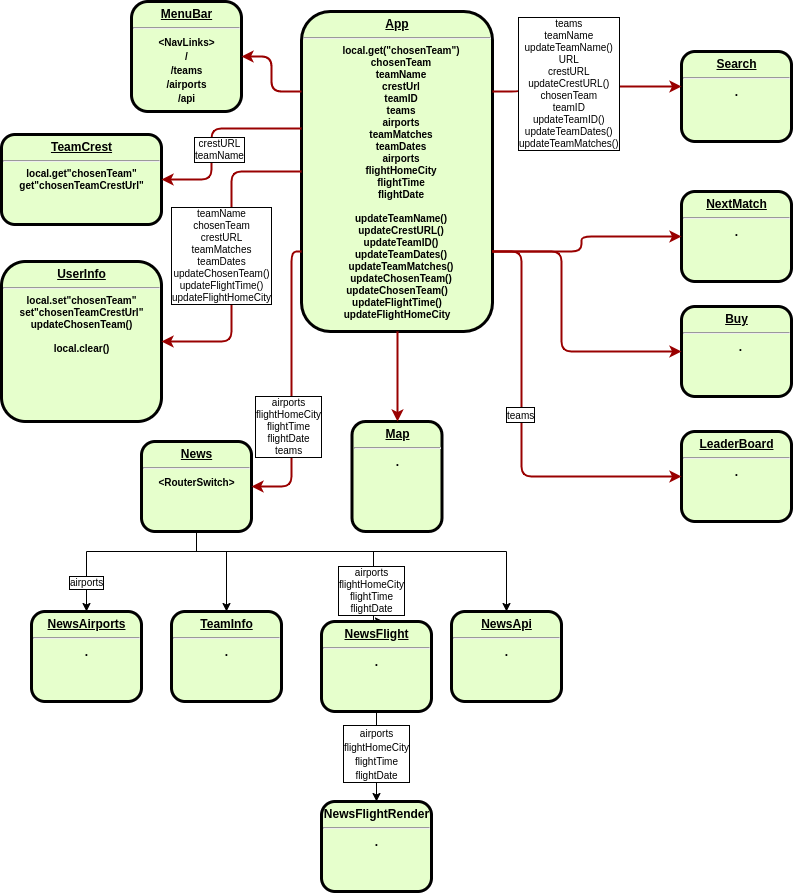
Before: sem3Front/src/images/ReactNodes.png, a diagram exported from draw.io (cph-ms782/SemesterProjekt_Frontend). Source tidied: cells renumbered, new cells last; positions are measured from the earlier drawing's top-left corner, leaving out a move shared by most shapes.
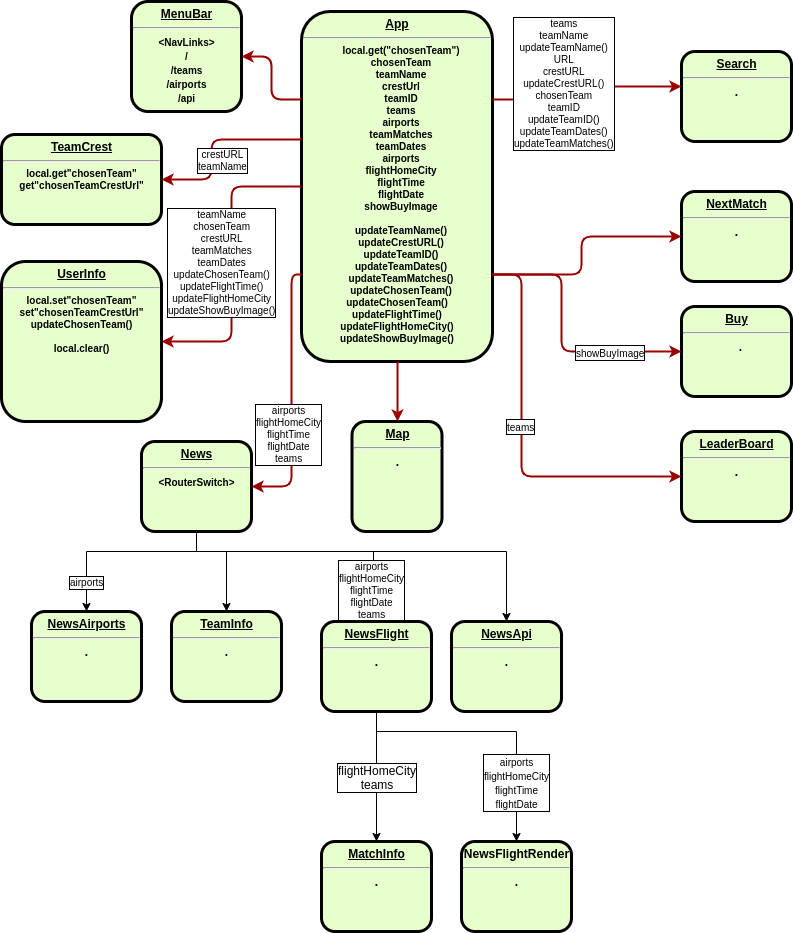
Later version of the same file.

Commit message:
showBuyImage init

The edit, as a diff of the source:
```diff
@@ -5,8 +5,8 @@
     <mxCell id="2" value="&lt;p style=&quot;margin: 0px ; margin-top: 4px ; text-align: center ; text-decoration: underline&quot;&gt;&lt;strong&gt;Search&lt;br&gt;&lt;/strong&gt;&lt;/p&gt;&lt;hr&gt;." style="verticalAlign=middle;align=center;overflow=fill;fontSize=12;fontFamily=Helvetica;html=1;rounded=1;fontStyle=1;strokeWidth=3;fillColor=#E6FFCC;" parent="1" vertex="1">
       <mxGeometry x="680" y="50" width="110" height="90" as="geometry" />
     </mxCell>
-    <mxCell id="3" value="&lt;p style=&quot;margin: 4px 0px 0px ; text-decoration: underline&quot; align=&quot;center&quot;&gt;&lt;strong&gt;App&lt;br&gt;&lt;/strong&gt;&lt;/p&gt;&lt;hr align=&quot;center&quot;&gt;&lt;p style=&quot;margin: 0px 0px 0px 8px ; font-size: 10px&quot; align=&quot;center&quot;&gt;&lt;font style=&quot;font-size: 10px&quot;&gt;local.get(&quot;chosenTeam&quot;)&lt;br&gt;&lt;/font&gt;&lt;/p&gt;&lt;p style=&quot;margin: 0px 0px 0px 8px ; font-size: 10px&quot; align=&quot;center&quot;&gt;&lt;font style=&quot;font-size: 10px&quot;&gt;chosenTeam&lt;/font&gt;&lt;/p&gt;&lt;p style=&quot;margin: 0px 0px 0px 8px ; font-size: 10px&quot; align=&quot;center&quot;&gt;&lt;font style=&quot;font-size: 10px&quot;&gt;teamName&lt;/font&gt;&lt;/p&gt;&lt;p style=&quot;margin: 0px 0px 0px 8px ; font-size: 10px&quot; align=&quot;center&quot;&gt;&lt;font style=&quot;font-size: 10px&quot;&gt;crestUrl&lt;/font&gt;&lt;/p&gt;&lt;p style=&quot;margin: 0px 0px 0px 8px ; font-size: 10px&quot; align=&quot;center&quot;&gt;&lt;font style=&quot;font-size: 10px&quot;&gt;teamID&lt;/font&gt;&lt;/p&gt;&lt;p style=&quot;margin: 0px 0px 0px 8px ; font-size: 10px&quot; align=&quot;center&quot;&gt;&lt;font style=&quot;font-size: 10px&quot;&gt;teams&lt;/font&gt;&lt;/p&gt;&lt;p style=&quot;margin: 0px 0px 0px 8px ; font-size: 10px&quot; align=&quot;center&quot;&gt;&lt;font style=&quot;font-size: 10px&quot;&gt;airports&lt;/font&gt;&lt;/p&gt;&lt;p style=&quot;margin: 0px 0px 0px 8px ; font-size: 10px&quot; align=&quot;center&quot;&gt;&lt;font style=&quot;font-size: 10px&quot;&gt;teamMatches&lt;/font&gt;&lt;/p&gt;&lt;p style=&quot;margin: 0px 0px 0px 8px ; font-size: 10px&quot; align=&quot;center&quot;&gt;&lt;font style=&quot;font-size: 10px&quot;&gt;teamDates&lt;/font&gt;&lt;/p&gt;&lt;p style=&quot;margin: 0px 0px 0px 8px ; font-size: 10px&quot; align=&quot;center&quot;&gt;&lt;font style=&quot;font-size: 10px&quot;&gt;airports&lt;/font&gt;&lt;/p&gt;&lt;p style=&quot;margin: 0px 0px 0px 8px ; font-size: 10px&quot; align=&quot;center&quot;&gt;&lt;font style=&quot;font-size: 10px&quot;&gt;flightHomeCity&lt;/font&gt;&lt;/p&gt;&lt;p style=&quot;margin: 0px 0px 0px 8px ; font-size: 10px&quot; align=&quot;center&quot;&gt;flightTime&lt;/p&gt;&lt;p style=&quot;margin: 0px 0px 0px 8px ; font-size: 10px&quot; align=&quot;center&quot;&gt;flightDate&lt;/p&gt;&lt;p style=&quot;margin: 0px 0px 0px 8px ; font-size: 10px&quot; align=&quot;center&quot;&gt;&lt;font style=&quot;font-size: 10px&quot;&gt;&lt;br&gt;&lt;/font&gt;&lt;/p&gt;&lt;p style=&quot;margin: 0px 0px 0px 8px ; font-size: 10px&quot; align=&quot;center&quot;&gt;&lt;span&gt;updateTeamName()&lt;/span&gt;&lt;br&gt;&lt;/p&gt;&lt;p style=&quot;margin: 0px 0px 0px 8px ; font-size: 10px&quot; align=&quot;center&quot;&gt;&lt;font style=&quot;font-size: 10px&quot;&gt;updateCrestURL()&lt;/font&gt;&lt;/p&gt;&lt;p style=&quot;margin: 0px 0px 0px 8px ; font-size: 10px&quot; align=&quot;center&quot;&gt;&lt;font style=&quot;font-size: 10px&quot;&gt;updateTeamID()&lt;/font&gt;&lt;/p&gt;&lt;p style=&quot;margin: 0px 0px 0px 8px ; font-size: 10px&quot; align=&quot;center&quot;&gt;&lt;font style=&quot;font-size: 10px&quot;&gt;updateTeamDates()&lt;/font&gt;&lt;/p&gt;&lt;p style=&quot;margin: 0px 0px 0px 8px ; font-size: 10px&quot; align=&quot;center&quot;&gt;&lt;font style=&quot;font-size: 10px&quot;&gt;updateTeamMatches()&lt;/font&gt;&lt;/p&gt;&lt;p style=&quot;margin: 0px 0px 0px 8px ; font-size: 10px&quot; align=&quot;center&quot;&gt;&lt;font style=&quot;font-size: 10px&quot;&gt;updateChosenTeam()&lt;/font&gt;&lt;/p&gt;&lt;div style=&quot;font-size: 10px&quot;&gt;updateChosenTeam()&lt;br&gt;&lt;/div&gt;&lt;div style=&quot;font-size: 10px&quot;&gt;updateFlightTime()&lt;/div&gt;&lt;div style=&quot;font-size: 10px&quot;&gt;updateFlightHomeCity&lt;/div&gt;&lt;p style=&quot;margin: 0px 0px 0px 8px ; font-size: 10px&quot; align=&quot;center&quot;&gt;&lt;font style=&quot;font-size: 10px&quot;&gt;&lt;br&gt;&lt;/font&gt;&lt;/p&gt;" style="verticalAlign=middle;align=center;overflow=fill;fontSize=12;fontFamily=Helvetica;html=1;rounded=1;fontStyle=1;strokeWidth=3;fillColor=#E6FFCC;" parent="1" vertex="1">
-      <mxGeometry x="300" y="10" width="191" height="320" as="geometry" />
+    <mxCell id="3" value="&lt;p style=&quot;margin: 4px 0px 0px ; text-decoration: underline&quot; align=&quot;center&quot;&gt;&lt;strong&gt;App&lt;br&gt;&lt;/strong&gt;&lt;/p&gt;&lt;hr align=&quot;center&quot;&gt;&lt;p style=&quot;margin: 0px 0px 0px 8px ; font-size: 10px&quot; align=&quot;center&quot;&gt;&lt;font style=&quot;font-size: 10px&quot;&gt;local.get(&quot;chosenTeam&quot;)&lt;br&gt;&lt;/font&gt;&lt;/p&gt;&lt;p style=&quot;margin: 0px 0px 0px 8px ; font-size: 10px&quot; align=&quot;center&quot;&gt;&lt;font style=&quot;font-size: 10px&quot;&gt;chosenTeam&lt;/font&gt;&lt;/p&gt;&lt;p style=&quot;margin: 0px 0px 0px 8px ; font-size: 10px&quot; align=&quot;center&quot;&gt;&lt;font style=&quot;font-size: 10px&quot;&gt;teamName&lt;/font&gt;&lt;/p&gt;&lt;p style=&quot;margin: 0px 0px 0px 8px ; font-size: 10px&quot; align=&quot;center&quot;&gt;&lt;font style=&quot;font-size: 10px&quot;&gt;crestUrl&lt;/font&gt;&lt;/p&gt;&lt;p style=&quot;margin: 0px 0px 0px 8px ; font-size: 10px&quot; align=&quot;center&quot;&gt;&lt;font style=&quot;font-size: 10px&quot;&gt;teamID&lt;/font&gt;&lt;/p&gt;&lt;p style=&quot;margin: 0px 0px 0px 8px ; font-size: 10px&quot; align=&quot;center&quot;&gt;&lt;font style=&quot;font-size: 10px&quot;&gt;teams&lt;/font&gt;&lt;/p&gt;&lt;p style=&quot;margin: 0px 0px 0px 8px ; font-size: 10px&quot; align=&quot;center&quot;&gt;&lt;font style=&quot;font-size: 10px&quot;&gt;airports&lt;/font&gt;&lt;/p&gt;&lt;p style=&quot;margin: 0px 0px 0px 8px ; font-size: 10px&quot; align=&quot;center&quot;&gt;&lt;font style=&quot;font-size: 10px&quot;&gt;teamMatches&lt;/font&gt;&lt;/p&gt;&lt;p style=&quot;margin: 0px 0px 0px 8px ; font-size: 10px&quot; align=&quot;center&quot;&gt;&lt;font style=&quot;font-size: 10px&quot;&gt;teamDates&lt;/font&gt;&lt;/p&gt;&lt;p style=&quot;margin: 0px 0px 0px 8px ; font-size: 10px&quot; align=&quot;center&quot;&gt;&lt;font style=&quot;font-size: 10px&quot;&gt;airports&lt;/font&gt;&lt;/p&gt;&lt;p style=&quot;margin: 0px 0px 0px 8px ; font-size: 10px&quot; align=&quot;center&quot;&gt;&lt;font style=&quot;font-size: 10px&quot;&gt;flightHomeCity&lt;/font&gt;&lt;/p&gt;&lt;p style=&quot;margin: 0px 0px 0px 8px ; font-size: 10px&quot; align=&quot;center&quot;&gt;flightTime&lt;/p&gt;&lt;p style=&quot;margin: 0px 0px 0px 8px ; font-size: 10px&quot; align=&quot;center&quot;&gt;flightDate&lt;/p&gt;&lt;p style=&quot;margin: 0px 0px 0px 8px ; font-size: 10px&quot; align=&quot;center&quot;&gt;showBuyImage&lt;/p&gt;&lt;p style=&quot;margin: 0px 0px 0px 8px ; font-size: 10px&quot; align=&quot;center&quot;&gt;&lt;font style=&quot;font-size: 10px&quot;&gt;&lt;br&gt;&lt;/font&gt;&lt;/p&gt;&lt;p style=&quot;margin: 0px 0px 0px 8px ; font-size: 10px&quot; align=&quot;center&quot;&gt;&lt;span&gt;updateTeamName()&lt;/span&gt;&lt;br&gt;&lt;/p&gt;&lt;p style=&quot;margin: 0px 0px 0px 8px ; font-size: 10px&quot; align=&quot;center&quot;&gt;&lt;font style=&quot;font-size: 10px&quot;&gt;updateCrestURL()&lt;/font&gt;&lt;/p&gt;&lt;p style=&quot;margin: 0px 0px 0px 8px ; font-size: 10px&quot; align=&quot;center&quot;&gt;&lt;font style=&quot;font-size: 10px&quot;&gt;updateTeamID()&lt;/font&gt;&lt;/p&gt;&lt;p style=&quot;margin: 0px 0px 0px 8px ; font-size: 10px&quot; align=&quot;center&quot;&gt;&lt;font style=&quot;font-size: 10px&quot;&gt;updateTeamDates()&lt;/font&gt;&lt;/p&gt;&lt;p style=&quot;margin: 0px 0px 0px 8px ; font-size: 10px&quot; align=&quot;center&quot;&gt;&lt;font style=&quot;font-size: 10px&quot;&gt;updateTeamMatches()&lt;/font&gt;&lt;/p&gt;&lt;p style=&quot;margin: 0px 0px 0px 8px ; font-size: 10px&quot; align=&quot;center&quot;&gt;&lt;font style=&quot;font-size: 10px&quot;&gt;updateChosenTeam()&lt;/font&gt;&lt;/p&gt;&lt;div style=&quot;font-size: 10px&quot;&gt;updateChosenTeam()&lt;br&gt;&lt;/div&gt;&lt;div style=&quot;font-size: 10px&quot;&gt;updateFlightTime()&lt;/div&gt;&lt;div style=&quot;font-size: 10px&quot;&gt;updateFlightHomeCity()&lt;/div&gt;&lt;div style=&quot;font-size: 10px&quot;&gt;updateShowBuyImage()&lt;/div&gt;&lt;p style=&quot;margin: 0px 0px 0px 8px ; font-size: 10px&quot; align=&quot;center&quot;&gt;&lt;font style=&quot;font-size: 10px&quot;&gt;&lt;br&gt;&lt;/font&gt;&lt;/p&gt;" style="verticalAlign=middle;align=center;overflow=fill;fontSize=12;fontFamily=Helvetica;html=1;rounded=1;fontStyle=1;strokeWidth=3;fillColor=#E6FFCC;" parent="1" vertex="1">
+      <mxGeometry x="300" y="10" width="191" height="350" as="geometry" />
     </mxCell>
     <mxCell id="4" value="&lt;p style=&quot;margin: 0px ; margin-top: 4px ; text-align: center ; text-decoration: underline&quot;&gt;&lt;strong&gt;MenuBar&lt;/strong&gt;&lt;/p&gt;&lt;hr&gt;&lt;div&gt;&lt;font style=&quot;font-size: 10px&quot;&gt;&amp;lt;NavLinks&amp;gt;&lt;/font&gt;&lt;/div&gt;&lt;div&gt;&lt;font style=&quot;font-size: 10px&quot;&gt;/&lt;/font&gt;&lt;/div&gt;&lt;div&gt;&lt;font style=&quot;font-size: 10px&quot;&gt;/teams&lt;/font&gt;&lt;/div&gt;&lt;div&gt;&lt;font style=&quot;font-size: 10px&quot;&gt;/airports&lt;/font&gt;&lt;/div&gt;&lt;div&gt;&lt;font style=&quot;font-size: 10px&quot;&gt;/api&lt;br&gt;&lt;/font&gt;&lt;/div&gt;" style="verticalAlign=middle;align=center;overflow=fill;fontSize=12;fontFamily=Helvetica;html=1;rounded=1;fontStyle=1;strokeWidth=3;fillColor=#E6FFCC;" parent="1" vertex="1">
       <mxGeometry x="130" width="110" height="110" as="geometry" />
@@ -59,7 +59,7 @@
         </Array>
       </mxGeometry>
     </mxCell>
-    <mxCell id="12" value="&lt;font style=&quot;font-size: 10px&quot;&gt;airports&lt;br&gt;flightHomeCity&lt;br&gt;flightTime&lt;br&gt;flightDate&lt;/font&gt;" style="text;html=1;align=center;verticalAlign=middle;labelBackgroundColor=#FFFFFF;labelBorderColor=#000000;fontSize=10;" parent="11" vertex="1">
+    <mxCell id="12" value="&lt;font style=&quot;font-size: 10px&quot;&gt;airports&lt;br&gt;flightHomeCity&lt;br&gt;flightTime&lt;br&gt;flightDate&lt;br&gt;teams&lt;br&gt;&lt;/font&gt;" style="text;html=1;align=center;verticalAlign=middle;labelBackgroundColor=#FFFFFF;labelBorderColor=#000000;fontSize=10;" parent="11" vertex="1">
       <mxGeometry x="0.71" relative="1" as="geometry">
         <mxPoint x="-2" y="-2" as="offset" />
       </mxGeometry>
@@ -126,7 +126,7 @@
         </Array>
       </mxGeometry>
     </mxCell>
-    <mxCell id="25" value="&lt;div style=&quot;font-size: 10px&quot;&gt;teamName&lt;/div&gt;&lt;div style=&quot;font-size: 10px&quot;&gt;chosenTeam&lt;/div&gt;&lt;div style=&quot;font-size: 10px&quot;&gt;crestURL&lt;/div&gt;&lt;div style=&quot;font-size: 10px&quot;&gt;teamMatches&lt;/div&gt;&lt;div style=&quot;font-size: 10px&quot;&gt;teamDates&lt;/div&gt;&lt;div style=&quot;font-size: 10px&quot;&gt;updateChosenTeam()&lt;br style=&quot;font-size: 10px&quot;&gt;&lt;/div&gt;&lt;div style=&quot;font-size: 10px&quot;&gt;updateFlightTime()&lt;/div&gt;&lt;div style=&quot;font-size: 10px&quot;&gt;updateFlightHomeCity&lt;/div&gt;" style="text;html=1;align=center;verticalAlign=middle;labelBackgroundColor=#FFFFFF;labelBorderColor=#000000;fontSize=10;" parent="24" vertex="1">
+    <mxCell id="25" value="&lt;div style=&quot;font-size: 10px&quot;&gt;teamName&lt;/div&gt;&lt;div style=&quot;font-size: 10px&quot;&gt;chosenTeam&lt;/div&gt;&lt;div style=&quot;font-size: 10px&quot;&gt;crestURL&lt;/div&gt;&lt;div style=&quot;font-size: 10px&quot;&gt;teamMatches&lt;/div&gt;&lt;div style=&quot;font-size: 10px&quot;&gt;teamDates&lt;/div&gt;&lt;div style=&quot;font-size: 10px&quot;&gt;updateChosenTeam()&lt;br style=&quot;font-size: 10px&quot;&gt;&lt;/div&gt;&lt;div style=&quot;font-size: 10px&quot;&gt;updateFlightTime()&lt;/div&gt;&lt;div style=&quot;font-size: 10px&quot;&gt;updateFlightHomeCity&lt;/div&gt;&lt;div style=&quot;font-size: 10px&quot;&gt;updateShowBuyImage()&lt;/div&gt;" style="text;html=1;align=center;verticalAlign=middle;labelBackgroundColor=#FFFFFF;labelBorderColor=#000000;fontSize=10;" parent="24" vertex="1">
       <mxGeometry x="0.12" relative="1" as="geometry">
         <mxPoint x="-10" y="-20" as="offset" />
       </mxGeometry>
@@ -183,6 +183,9 @@
         </Array>
       </mxGeometry>
     </mxCell>
+    <mxCell id="39" value="&lt;font style=&quot;font-size: 10px&quot;&gt;showBuyImage&lt;/font&gt;" style="text;html=1;align=center;verticalAlign=middle;labelBackgroundColor=#ffffff;labelBorderColor=#000000;" parent="31" vertex="1">
+      <mxGeometry x="0.46" relative="1" as="geometry" />
+    </mxCell>
     <mxCell id="32" style="edgeStyle=elbowEdgeStyle;elbow=horizontal;strokeColor=#990000;strokeWidth=2;entryX=0;entryY=0.5;entryDx=0;entryDy=0;exitX=1;exitY=0.75;exitDx=0;exitDy=0;" parent="1" edge="1" source="3" target="21">
       <mxGeometry relative="1" as="geometry">
         <Array as="points">
@@ -195,21 +198,42 @@
       <mxGeometry x="170" y="610" width="110" height="90" as="geometry" />
     </mxCell>
     <mxCell id="34" style="edgeStyle=orthogonalEdgeStyle;rounded=0;jettySize=auto;html=1;" parent="1" edge="1" source="36" target="37">
-      <mxGeometry relative="1" as="geometry" />
+      <mxGeometry relative="1" as="geometry">
+        <Array as="points">
+          <mxPoint x="375" y="730" />
+          <mxPoint x="515" y="730" />
+        </Array>
+      </mxGeometry>
     </mxCell>
     <mxCell id="35" value="&lt;font style=&quot;font-size: 10px&quot;&gt;airports&lt;br&gt;flightHomeCity&lt;br&gt;flightTime&lt;br&gt;flightDate&lt;/font&gt;" style="text;html=1;align=center;verticalAlign=middle;labelBackgroundColor=#ffffff;labelBorderColor=#000000;" parent="34" vertex="1">
       <mxGeometry x="-0.34" y="-1" relative="1" as="geometry">
-        <mxPoint x="1" y="11" as="offset" />
+        <mxPoint x="71" y="49" as="offset" />
       </mxGeometry>
     </mxCell>
+    <mxCell id="40" style="edgeStyle=orthogonalEdgeStyle;rounded=0;jettySize=auto;html=1;" parent="1" edge="1" source="36" target="42">
+      <mxGeometry relative="1" as="geometry">
+        <Array as="points">
+          <mxPoint x="375" y="790" />
+          <mxPoint x="375" y="790" />
+        </Array>
+      </mxGeometry>
+    </mxCell>
+    <mxCell id="41" value="flightHomeCity&lt;br&gt;teams" style="text;html=1;align=center;verticalAlign=middle;labelBackgroundColor=#ffffff;labelBorderColor=#000000;" parent="40" vertex="1">
+      <mxGeometry x="0.51" y="1" relative="1" as="geometry">
+        <mxPoint x="-1" y="-33" as="offset" />
+      </mxGeometry>
+    </mxCell>
     <mxCell id="36" value="&lt;p style=&quot;margin: 0px ; margin-top: 4px ; text-align: center ; text-decoration: underline&quot;&gt;&lt;strong&gt;NewsFlight&lt;/strong&gt;&lt;/p&gt;&lt;hr&gt;." style="verticalAlign=middle;align=center;overflow=fill;fontSize=12;fontFamily=Helvetica;html=1;rounded=1;fontStyle=1;strokeWidth=3;fillColor=#E6FFCC;" parent="1" vertex="1">
       <mxGeometry x="320" y="620" width="110" height="90" as="geometry" />
     </mxCell>
+    <mxCell id="42" value="&lt;p style=&quot;margin: 0px ; margin-top: 4px ; text-align: center ; text-decoration: underline&quot;&gt;MatchInfo&lt;/p&gt;&lt;hr&gt;." style="verticalAlign=middle;align=center;overflow=fill;fontSize=12;fontFamily=Helvetica;html=1;rounded=1;fontStyle=1;strokeWidth=3;fillColor=#E6FFCC;direction=east;" parent="1" vertex="1">
+      <mxGeometry x="320" y="840" width="110" height="90" as="geometry" />
+    </mxCell>
     <mxCell id="37" value="&lt;p style=&quot;margin: 4px 0px 0px&quot;&gt;&lt;strong&gt;NewsFlightRender&lt;/strong&gt;&lt;/p&gt;&lt;hr&gt;.&lt;p style=&quot;margin: 0px ; margin-top: 4px ; text-align: center ; text-decoration: underline&quot;&gt;&lt;/p&gt;" style="verticalAlign=middle;align=center;overflow=fill;fontSize=12;fontFamily=Helvetica;html=1;rounded=1;fontStyle=1;strokeWidth=3;fillColor=#E6FFCC;" parent="1" vertex="1">
-      <mxGeometry x="320" y="800" width="110" height="90" as="geometry" />
+      <mxGeometry x="460" y="840" width="110" height="90" as="geometry" />
     </mxCell>
     <mxCell id="38" value="&lt;p style=&quot;margin: 0px ; margin-top: 4px ; text-align: center ; text-decoration: underline&quot;&gt;&lt;strong&gt;NewsApi&lt;br&gt;&lt;/strong&gt;&lt;/p&gt;&lt;hr&gt;." style="verticalAlign=middle;align=center;overflow=fill;fontSize=12;fontFamily=Helvetica;html=1;rounded=1;fontStyle=1;strokeWidth=3;fillColor=#E6FFCC;" parent="1" vertex="1">
-      <mxGeometry x="450" y="610" width="110" height="90" as="geometry" />
+      <mxGeometry x="450" y="620" width="110" height="90" as="geometry" />
     </mxCell>
   </root>
 </mxGraphModel>
```
